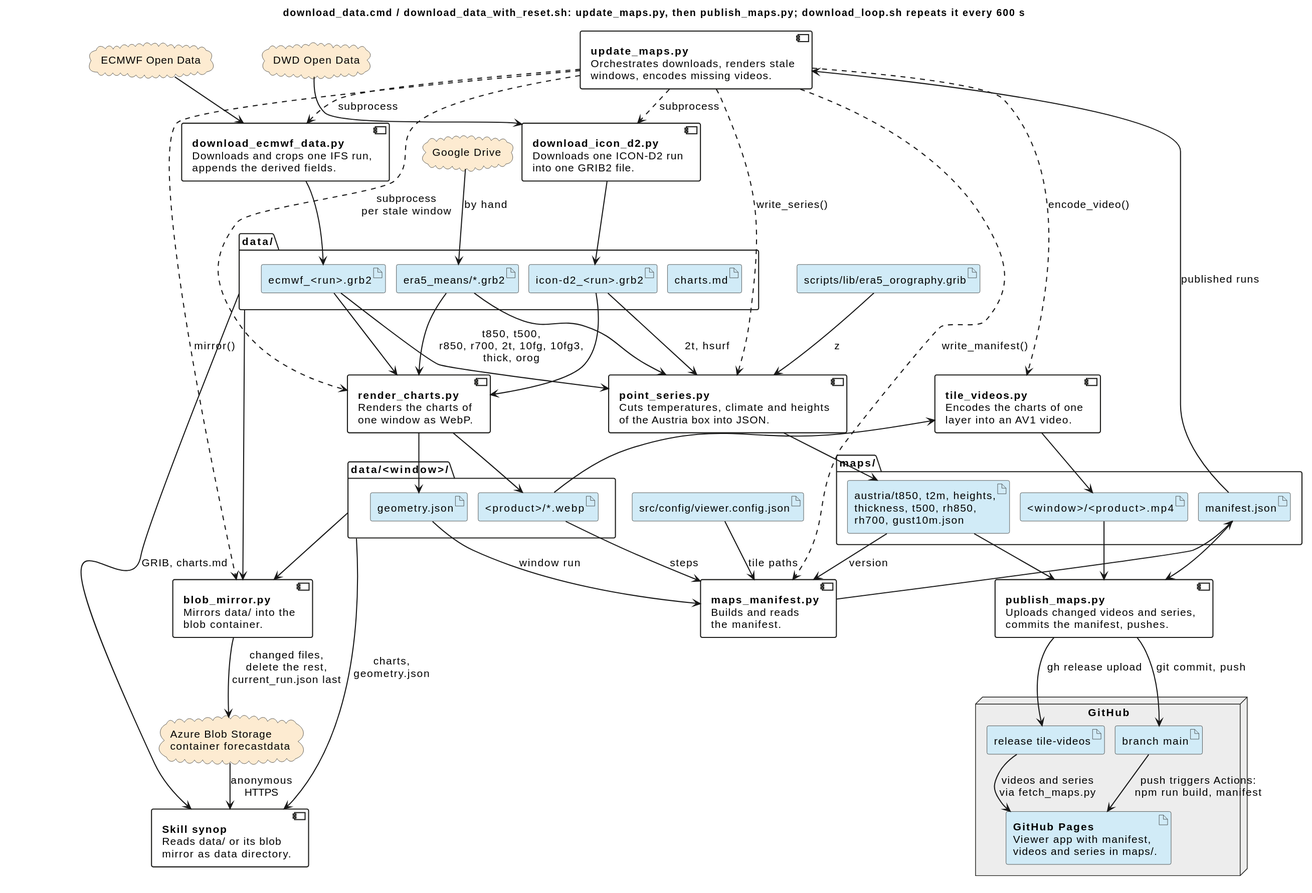
schletz/wetterkartenviewer keeps this PlantUML diagram as docs/pipeline.svg. Above is the earlier version.
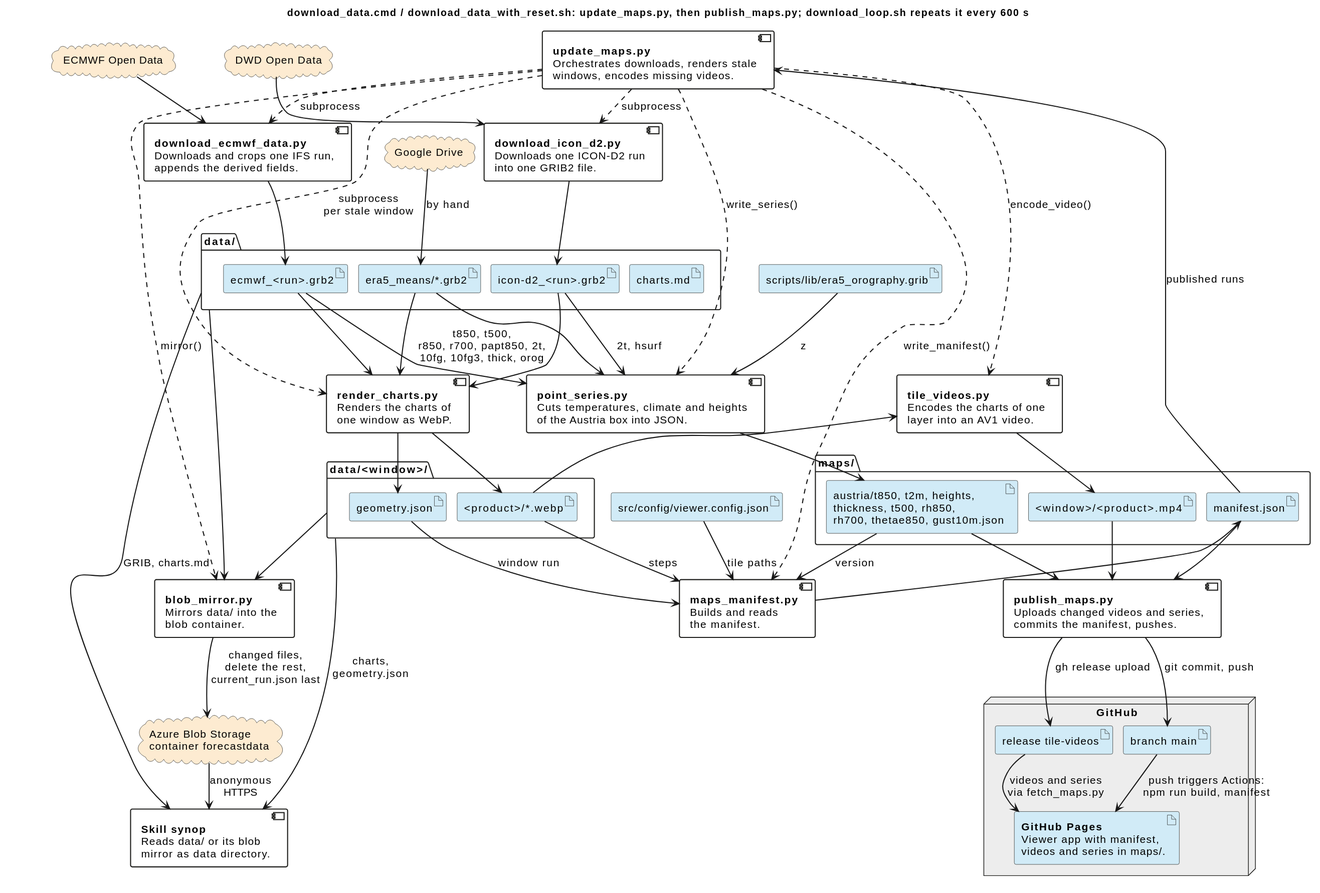
The same file after the commit.

What changed in the source:
```diff
@@ -108,7 +108,7 @@
 }
 folder "maps/" {
  artifact "<window>/<product>.mp4" as videos
- artifact "austria/t850, t2m, heights,\nthickness, t500, rh850,\nrh700, gust10m.json" as series
+ artifact "austria/t850, t2m, heights,\nthickness, t500, rh850,\nrh700, thetae850, gust10m.json" as series
  artifact "manifest.json" as manifest
 }
 artifact "src/config/viewer.config.json" as config
@@ -141,7 +141,7 @@
 render_charts --> geometry
 charts --> tile_videos
 tile_videos --> videos
-ecmwf_grib --> point_series : t850, t500,\nr850, r700, 2t, 10fg, 10fg3,\nthick, orog
+ecmwf_grib --> point_series : t850, t500,\nr850, r700, papt850, 2t,\n10fg, 10fg3, thick, orog
 icon_grib --> point_series : 2t, hsurf
 era5 --> point_series
 era5_orog --> point_series : z
```
